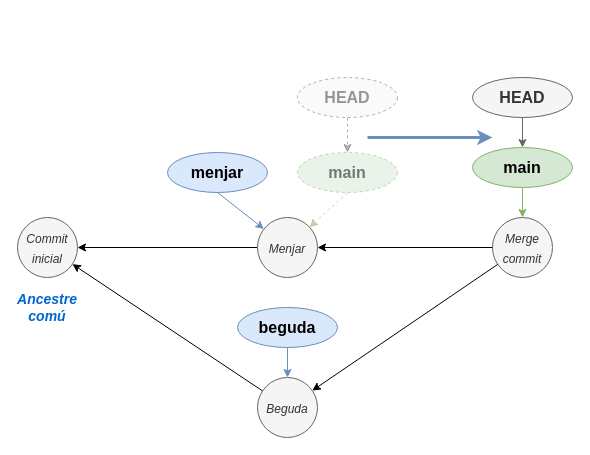
Earlier version of the draw.io diagram docs/apunts/02_branques/img/after_divergent.drawio (joapuiib/curs-git). Source tidied: cells renumbered, new cells numbered last; positions are measured from the earlier drawing's top-left corner, leaving out a move shared by most shapes. Both pictures are drawn from the tidied source at 100%, with x=0, y=0 at pixel (17, 77).
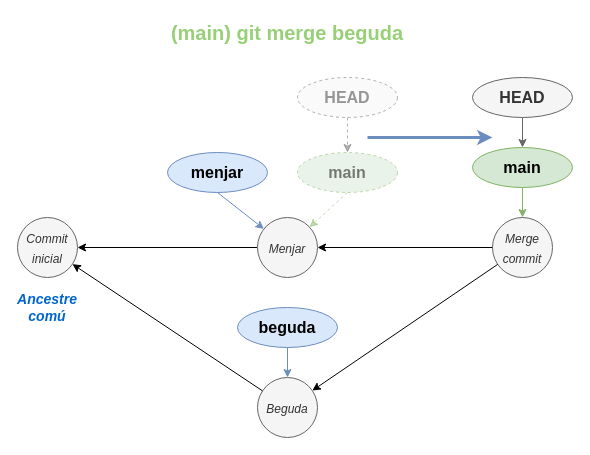
After the change.

Diff of the diagram source:
```diff
@@
+    <mxCell id="24" value="(main) git merge beguda" style="text;html=1;align=center;verticalAlign=middle;whiteSpace=wrap;rounded=0;fontStyle=1;fontSize=20;fontColor=#97D077;" parent="1" vertex="1">
+      <mxGeometry x="150" y="-60" width="240" height="30" as="geometry" />
+    </mxCell>
```
